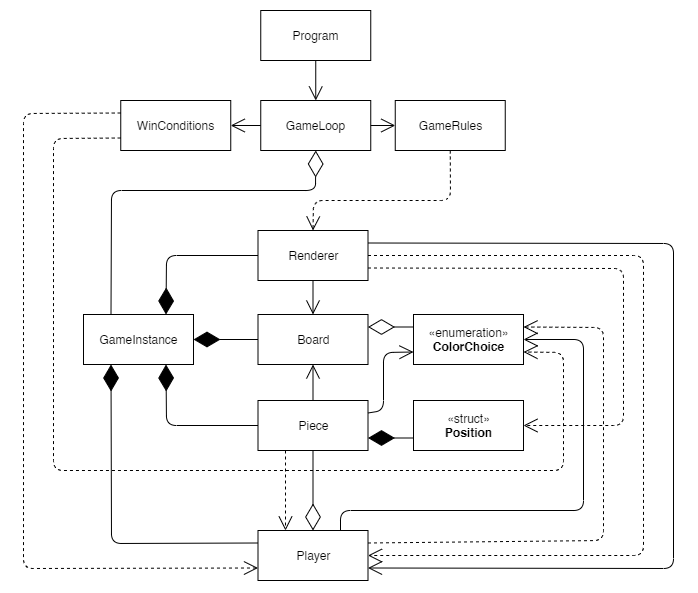
Before: diagramaUML.png, a diagram exported from draw.io (AfonsoGR/LP1_Project2). Source tidied: cells renumbered, new cells last; positions are measured from the earlier drawing's top-left corner, leaving out a move shared by most shapes.
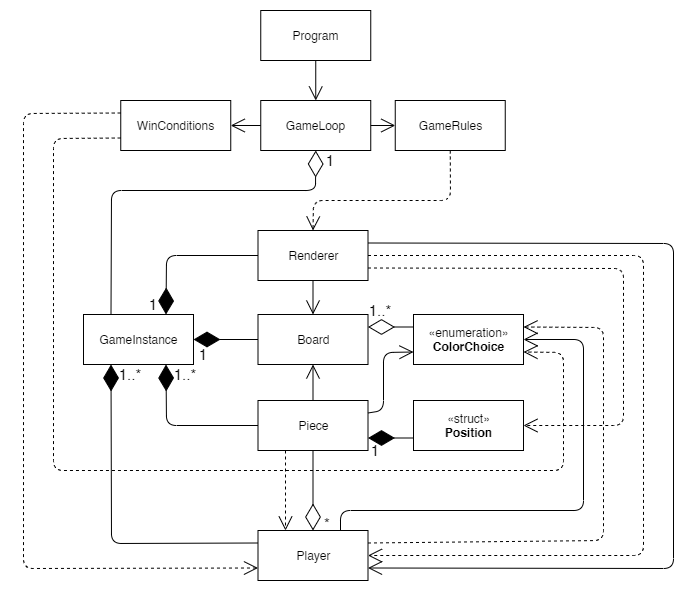
After the change.

Commit message:
Correct UML diagram

What changed in the source:
```diff
@@ -169,5 +169,29 @@
     <mxCell id="35" value="«enumeration»&lt;br&gt;&lt;b&gt;ColorChoice&lt;/b&gt;" style="html=1;" parent="1" vertex="1">
       <mxGeometry x="390" y="304" width="110" height="50" as="geometry" />
     </mxCell>
+    <mxCell id="36" value="&lt;font style=&quot;font-size: 15px&quot;&gt;*&lt;/font&gt;" style="text;html=1;strokeColor=none;fillColor=none;align=center;verticalAlign=middle;whiteSpace=wrap;rounded=0;" parent="1" vertex="1">
+      <mxGeometry x="294" y="503" width="20" height="20" as="geometry" />
+    </mxCell>
+    <mxCell id="37" value="&lt;font style=&quot;font-size: 15px&quot;&gt;1&lt;/font&gt;" style="text;html=1;strokeColor=none;fillColor=none;align=center;verticalAlign=middle;whiteSpace=wrap;rounded=0;" parent="1" vertex="1">
+      <mxGeometry x="342" y="430" width="20" height="20" as="geometry" />
+    </mxCell>
+    <mxCell id="38" value="&lt;font style=&quot;font-size: 15px&quot;&gt;1..*&lt;/font&gt;" style="text;html=1;strokeColor=none;fillColor=none;align=center;verticalAlign=middle;whiteSpace=wrap;rounded=0;" parent="1" vertex="1">
+      <mxGeometry x="347.2" y="290" width="20" height="20" as="geometry" />
+    </mxCell>
+    <mxCell id="39" value="&lt;font style=&quot;font-size: 15px&quot;&gt;1&lt;/font&gt;" style="text;html=1;strokeColor=none;fillColor=none;align=center;verticalAlign=middle;whiteSpace=wrap;rounded=0;" parent="1" vertex="1">
+      <mxGeometry x="297" y="140" width="20" height="20" as="geometry" />
+    </mxCell>
+    <mxCell id="40" value="&lt;font style=&quot;font-size: 15px&quot;&gt;1&lt;/font&gt;" style="text;html=1;strokeColor=none;fillColor=none;align=center;verticalAlign=middle;whiteSpace=wrap;rounded=0;" parent="1" vertex="1">
+      <mxGeometry x="120" y="284" width="20" height="20" as="geometry" />
+    </mxCell>
+    <mxCell id="41" value="&lt;font style=&quot;font-size: 15px&quot;&gt;1&lt;/font&gt;" style="text;html=1;strokeColor=none;fillColor=none;align=center;verticalAlign=middle;whiteSpace=wrap;rounded=0;" parent="1" vertex="1">
+      <mxGeometry x="170" y="334" width="20" height="20" as="geometry" />
+    </mxCell>
+    <mxCell id="42" value="&lt;font style=&quot;font-size: 15px&quot;&gt;1..*&lt;/font&gt;" style="text;html=1;strokeColor=none;fillColor=none;align=center;verticalAlign=middle;whiteSpace=wrap;rounded=0;" parent="1" vertex="1">
+      <mxGeometry x="152" y="354" width="20" height="20" as="geometry" />
+    </mxCell>
+    <mxCell id="43" value="&lt;font style=&quot;font-size: 15px&quot;&gt;1..*&lt;/font&gt;" style="text;html=1;strokeColor=none;fillColor=none;align=center;verticalAlign=middle;whiteSpace=wrap;rounded=0;" parent="1" vertex="1">
+      <mxGeometry x="97.2" y="354" width="20" height="20" as="geometry" />
+    </mxCell>
   </root>
 </mxGraphModel>
```
